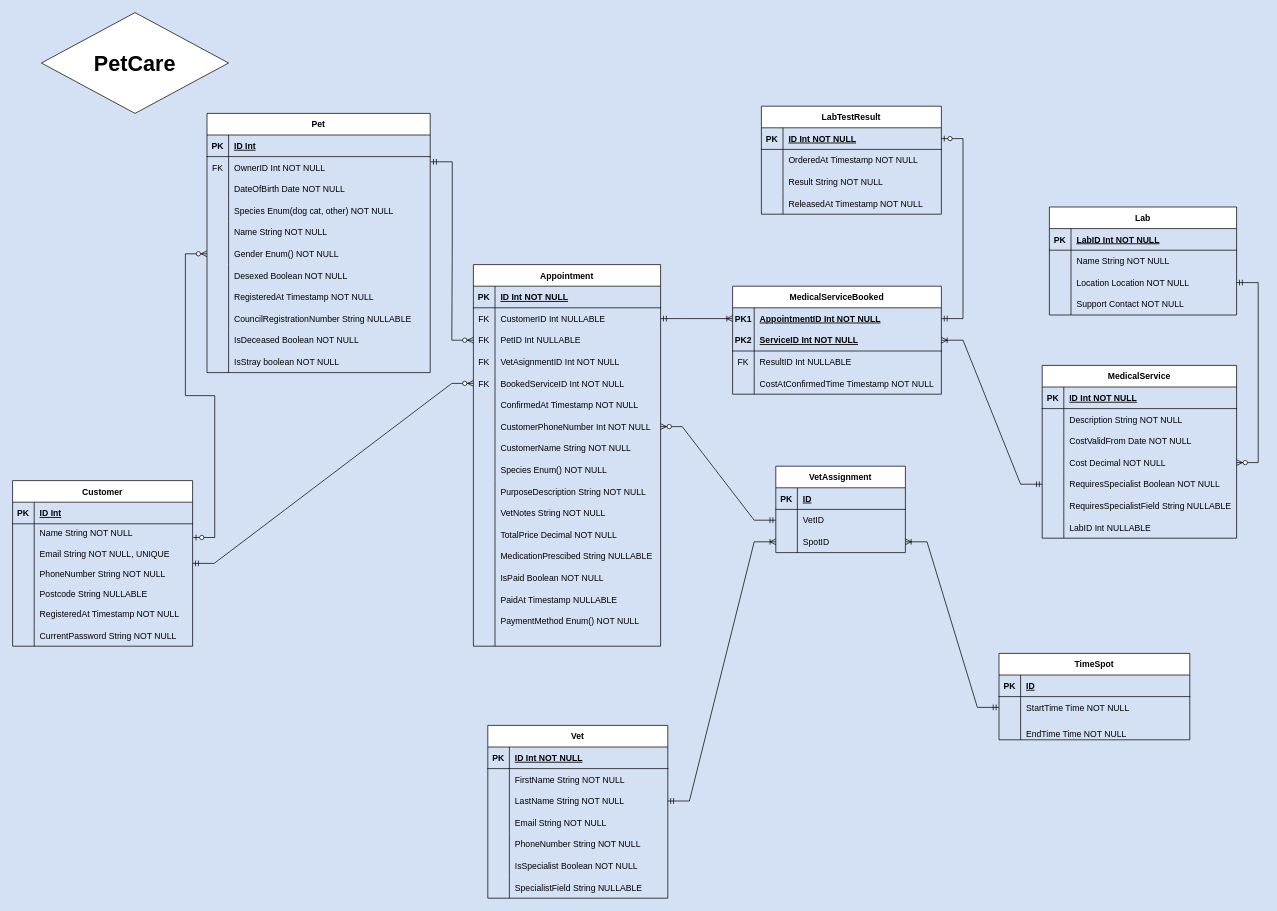
Above: docs/PetCarERD.drawio in tamminh2003/petCare (draw.io), before the change. Source tidied: cells renumbered, new cells numbered last; positions are measured from the earlier drawing's top-left corner, leaving out a move shared by most shapes. Both pictures are drawn from the tidied source at 72%, with x=0, y=0 at pixel (12, 12).
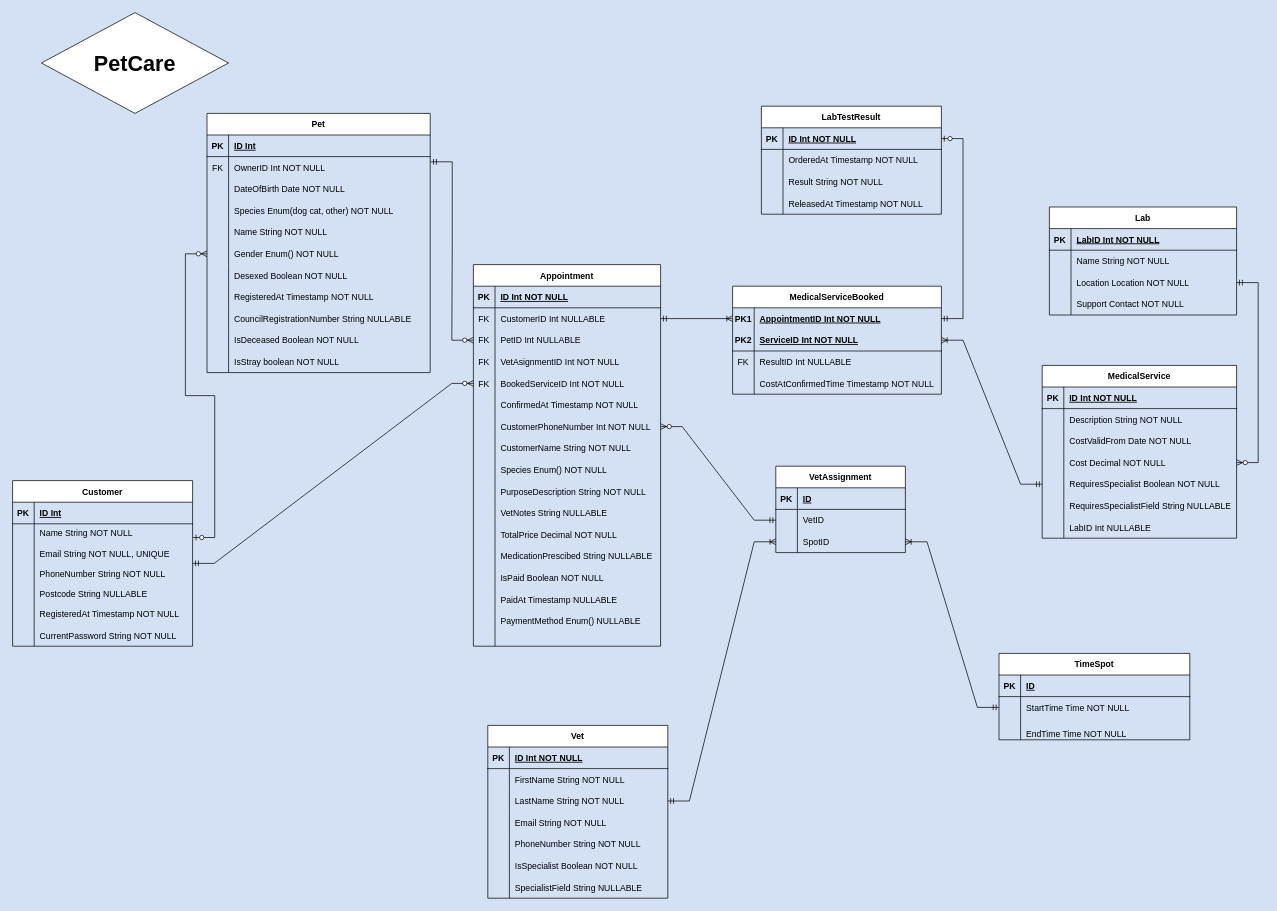
The same page after the edit.

Commit message (it also covers changes not shown here):
add some changes to NULLABLE and NOT NULL rules in ERD

Unchanged cells that the change refers to:
```xml
<mxCell id="33" style="shape=tableRow;horizontal=0;startSize=0;swimlaneHead=0;swimlaneBody=0;fillColor=none;top=0;left=0;right=0;bottom=0;" parent="2" vertex="1">
  <mxGeometry y="330" width="260" height="30" as="geometry" />
</mxCell>
<mxCell id="48" style="shape=tableRow;horizontal=0;startSize=0;swimlaneHead=0;swimlaneBody=0;fillColor=none;top=0;left=0;right=0;bottom=0;" parent="2" vertex="1">
  <mxGeometry y="480" width="260" height="30" as="geometry" />
</mxCell>
```

Change to the diagram source:
```diff
@@
-    <mxCell id="35" value="VetNotes String NOT NULL" style="shape=partialRectangle;fillColor=none;top=0;left=0;bottom=0;right=0;align=left;spacingLeft=6;overflow=hidden;" parent="33" vertex="1">
+    <mxCell id="35" value="VetNotes String NULLABLE" style="shape=partialRectangle;fillColor=none;top=0;left=0;bottom=0;right=0;align=left;spacingLeft=6;overflow=hidden;" parent="33" vertex="1">
       <mxGeometry x="30" width="230" height="30" as="geometry" />
     </mxCell>
@@
-    <mxCell id="50" value="PaymentMethod Enum() NOT NULL" style="shape=partialRectangle;fillColor=none;top=0;left=0;bottom=0;right=0;align=left;spacingLeft=6;overflow=hidden;" parent="48" vertex="1">
+    <mxCell id="50" value="PaymentMethod Enum() NULLABLE" style="shape=partialRectangle;fillColor=none;top=0;left=0;bottom=0;right=0;align=left;spacingLeft=6;overflow=hidden;" parent="48" vertex="1">
       <mxGeometry x="30" width="230" height="30" as="geometry" />
     </mxCell>
```
